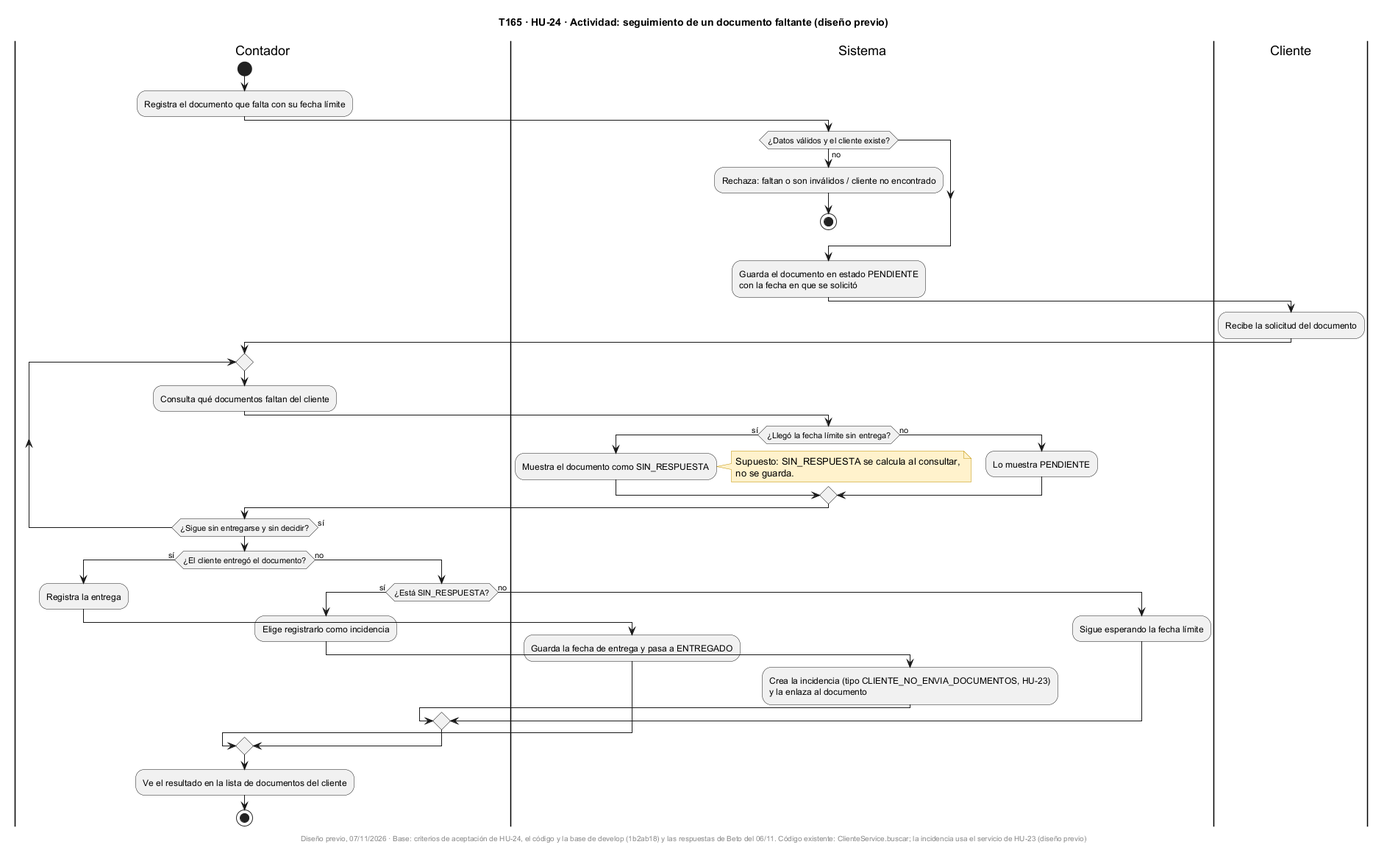
Earlier version of the PlantUML export docs/uml/img/T165-HU24-actividad-documento-faltante.png (fabianrodriguez33/plus-contable).
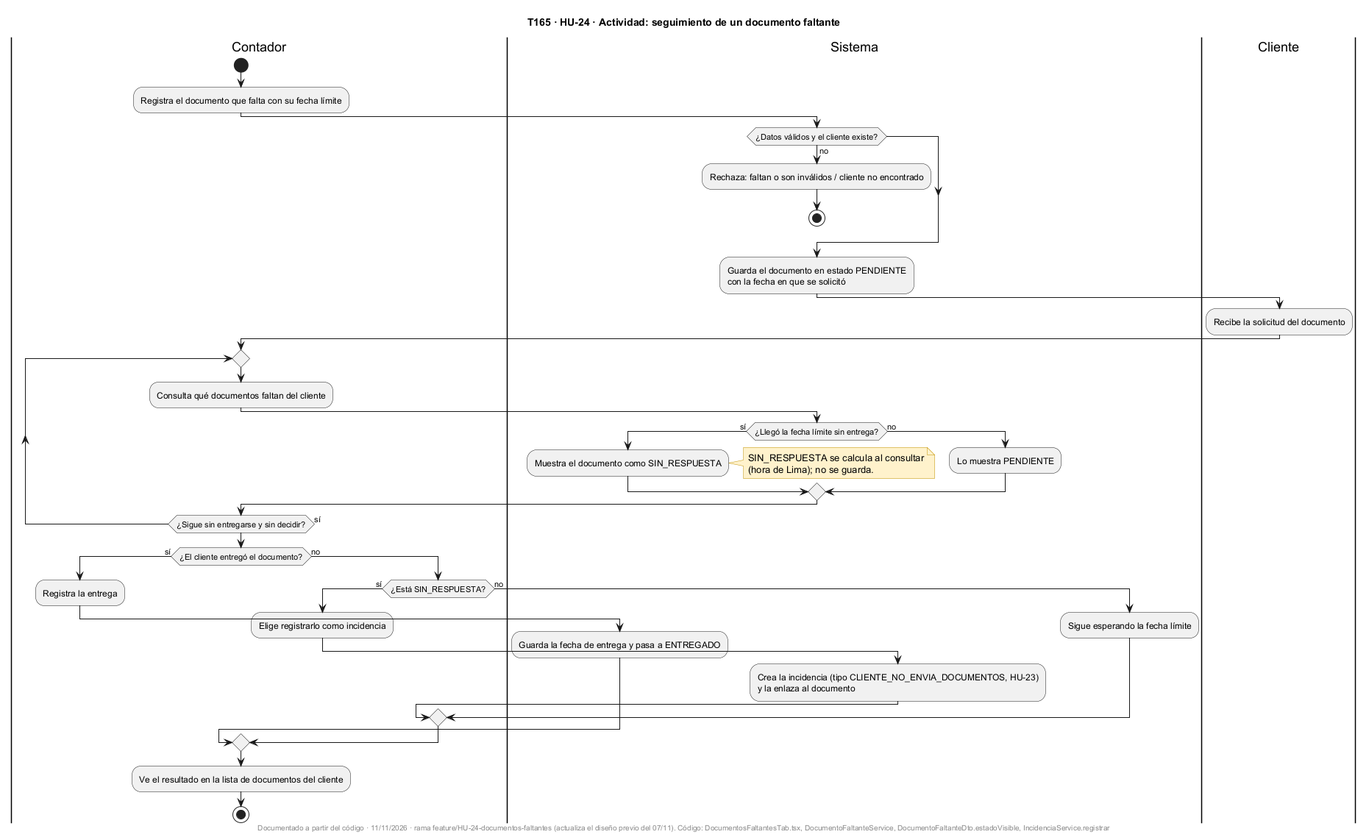
The same diagram one commit later.

The edit, as a diff of the source:
```diff
@@ -1,5 +1,5 @@
 @startuml
-title T165 · HU-24 · Actividad: seguimiento de un documento faltante (diseño previo)
+title T165 · HU-24 · Actividad: seguimiento de un documento faltante
 skinparam shadowing false
 skinparam noteBackgroundColor #FFF2CC
 skinparam noteBorderColor #BF9000
@@ -25,8 +25,8 @@
   if (¿Llegó la fecha límite sin entrega?) then (sí)
     :Muestra el documento como SIN_RESPUESTA;
     note right
-      Supuesto: SIN_RESPUESTA se calcula al consultar,
-      no se guarda.
+      SIN_RESPUESTA se calcula al consultar
+      (hora de Lima); no se guarda.
     end note
   else (no)
     :Lo muestra PENDIENTE;
@@ -53,5 +53,5 @@
 :Ve el resultado en la lista de documentos del cliente;
 stop
 
-footer Diseño previo, 07/11/2026 · Base: criterios de aceptación de HU-24, el código y la base de develop (1b2ab18) y las respuestas de Beto del 06/11. Código existente: ClienteService.buscar; la incidencia usa el servicio de HU-23 (diseño previo)
+footer Documentado a partir del código · 11/11/2026 · rama feature/HU-24-documentos-faltantes (actualiza el diseño previo del 07/11). Código: DocumentosFaltantesTab.tsx, DocumentoFaltanteService, DocumentoFaltanteDto.estadoVisible, IncidenciaService.registrar
 @enduml
```
